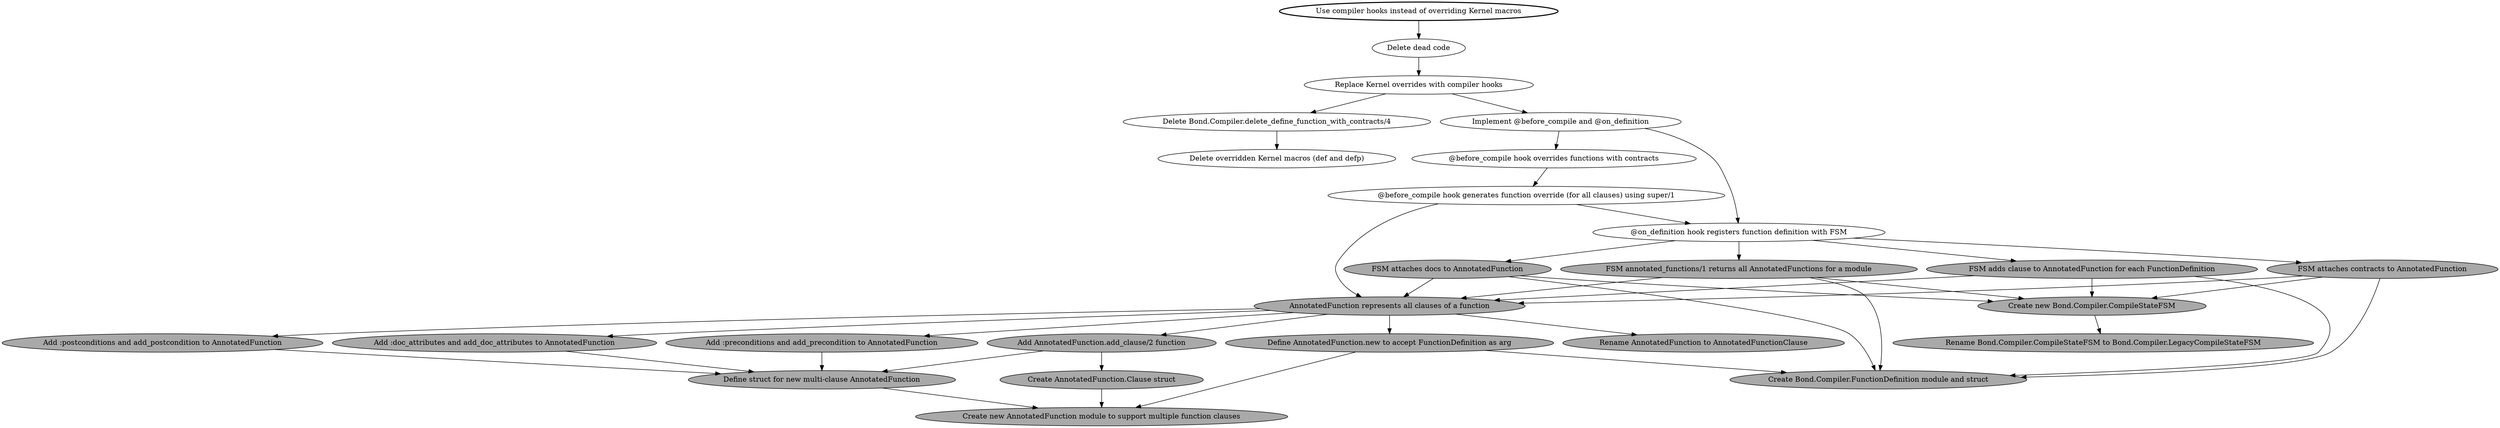
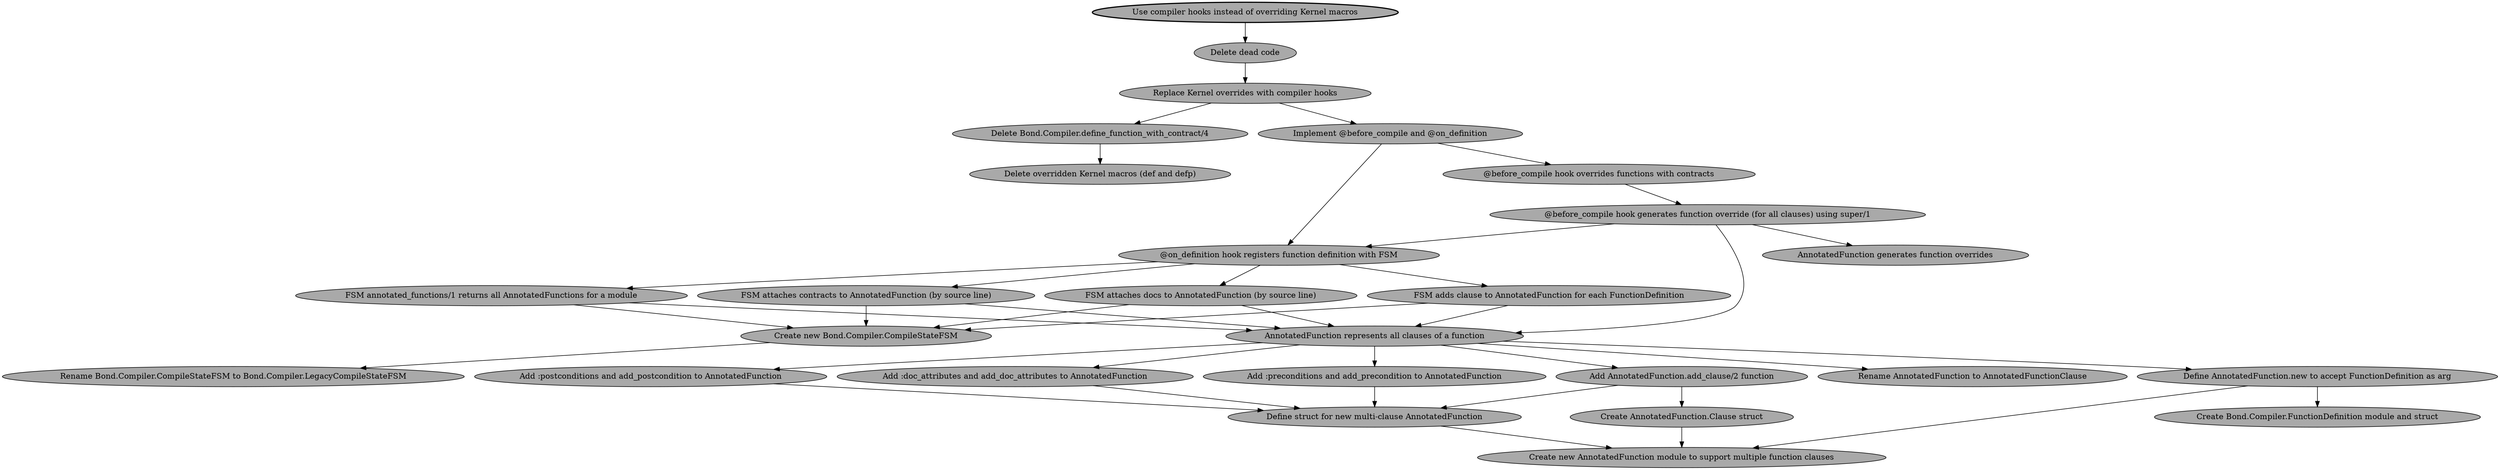
digraph {
-   goal [label = "Use compiler hooks instead of overriding Kernel macros", style = bold]
-   replace_kernel_overrides_with_compiler_hooks [label = "Replace Kernel overrides with compiler hooks"]
+   goal [label = "Use compiler hooks instead of overriding Kernel macros", style = bold, fillcolor=darkgrey, style="bold,filled"]
+   replace_kernel_overrides_with_compiler_hooks [label = "Replace Kernel overrides with compiler hooks", fillcolor=darkgrey, style=filled]

-   delete_dead_code [label="Delete dead code"]
-   delete_kernel_overrides [label = "Delete overridden Kernel macros (def and defp)"]
-   delete_define_function_with_contracts [label="Delete Bond.Compiler.delete_define_function_with_contracts/4"]
-   implement_compiler_hooks [label = "Implement @before_compile and @on_definition"]
-   on_definition [label="@on_definition hook registers function definition with FSM"]
-   before_compile [label="@before_compile hook overrides functions with contracts"]
+   delete_dead_code [label="Delete dead code", fillcolor=darkgrey, style=filled]
+   delete_kernel_overrides [label = "Delete overridden Kernel macros (def and defp)", fillcolor=darkgrey, style=filled]
+   delete_define_function_with_contracts [label="Delete Bond.Compiler.define_function_with_contract/4", fillcolor=darkgrey, style=filled]
+   implement_compiler_hooks [label = "Implement @before_compile and @on_definition", fillcolor=darkgrey, style=filled]
+   on_definition [label="@on_definition hook registers function definition with FSM", fillcolor=darkgrey, style=filled]
+   before_compile [label="@before_compile hook overrides functions with contracts", fillcolor=darkgrey, style=filled]

-   before_compile_generates_override [label="@before_compile hook generates function override (for all clauses) using super/1"]
+   before_compile_generates_override [label="@before_compile hook generates function override (for all clauses) using super/1", fillcolor=darkgrey, style=filled]

  function_definition [label="Create Bond.Compiler.FunctionDefinition module and struct", fillcolor=darkgrey, style=filled]

  annotated_function_multi_clause [label="AnnotatedFunction represents all clauses of a function", fillcolor=darkgrey, style=filled]
  rename_annotated_function [label="Rename AnnotatedFunction to AnnotatedFunctionClause", fillcolor=darkgrey, style=filled]
  create_new_annotated_function [label="Create new AnnotatedFunction module to support multiple function clauses", fillcolor=darkgrey, style=filled]
  annotated_function_struct [label="Define struct for new multi-clause AnnotatedFunction", fillcolor=darkgrey, style=filled]
  annotated_function_new [label="Define AnnotatedFunction.new to accept FunctionDefinition as arg", fillcolor=darkgrey, style=filled]
+   annotated_function_overrides [label="AnnotatedFunction generates function overrides", fillcolor=darkgrey, style=filled]
  create_annotated_function_clause [label="Create AnnotatedFunction.Clause struct", fillcolor=darkgrey, style=filled]
  add_clause_to_annotated_function [label="Add AnnotatedFunction.add_clause/2 function", fillcolor=darkgrey, style=filled]
  add_preconditions_to_annotated_function [label="Add :preconditions and add_precondition to AnnotatedFunction", fillcolor=darkgrey, style=filled]
  add_postconditions_to_annotated_function [label="Add :postconditions and add_postcondition to AnnotatedFunction", fillcolor=darkgrey, style=filled]
  add_doc_attributes_to_annotated_function [label="Add :doc_attributes and add_doc_attributes to AnnotatedFunction", fillcolor=darkgrey, style=filled]

  rename_old_fsm [label="Rename Bond.Compiler.CompileStateFSM to Bond.Compiler.LegacyCompileStateFSM", fillcolor=darkgrey, style=filled]
  create_new_fsm [label="Create new Bond.Compiler.CompileStateFSM", fillcolor=darkgrey, style=filled]
-   fsm_attaches_contract [label="FSM attaches contracts to AnnotatedFunction", fillcolor=darkgrey, style=filled]
-   fsm_attaches_docs [label="FSM attaches docs to AnnotatedFunction", fillcolor=darkgrey, style=filled]
+   fsm_attaches_contract [label="FSM attaches contracts to AnnotatedFunction (by source line)", fillcolor=darkgrey, style=filled]
+   fsm_attaches_docs [label="FSM attaches docs to AnnotatedFunction (by source line)", fillcolor=darkgrey, style=filled]
  fsm_multi_clause_functions [label="FSM adds clause to AnnotatedFunction for each FunctionDefinition", fillcolor=darkgrey, style=filled]
  fsm_returns_all_annotated_functions [label="FSM annotated_functions/1 returns all AnnotatedFunctions for a module", fillcolor=darkgrey, style=filled]

  goal -> delete_dead_code -> replace_kernel_overrides_with_compiler_hooks
  replace_kernel_overrides_with_compiler_hooks -> delete_define_function_with_contracts -> delete_kernel_overrides
  replace_kernel_overrides_with_compiler_hooks -> implement_compiler_hooks
  implement_compiler_hooks -> {on_definition before_compile}
-   on_definition -> {fsm_multi_clause_functions fsm_attaches_contract fsm_attaches_docs fsm_returns_all_annotated_functions} -> {create_new_fsm function_definition annotated_function_multi_clause}
+   on_definition -> {fsm_multi_clause_functions fsm_attaches_contract fsm_attaches_docs fsm_returns_all_annotated_functions} -> {create_new_fsm annotated_function_multi_clause}
  create_new_fsm -> rename_old_fsm
  annotated_function_multi_clause -> {rename_annotated_function add_clause_to_annotated_function annotated_function_new add_preconditions_to_annotated_function add_postconditions_to_annotated_function add_doc_attributes_to_annotated_function}
  {add_preconditions_to_annotated_function add_postconditions_to_annotated_function add_doc_attributes_to_annotated_function} -> annotated_function_struct
  annotated_function_struct -> create_new_annotated_function
  annotated_function_new -> {function_definition create_new_annotated_function}
  add_clause_to_annotated_function -> {create_annotated_function_clause annotated_function_struct}
  create_annotated_function_clause -> create_new_annotated_function
-   before_compile -> before_compile_generates_override -> {on_definition annotated_function_multi_clause}
+   before_compile -> before_compile_generates_override -> {on_definition annotated_function_multi_clause annotated_function_overrides}
}
